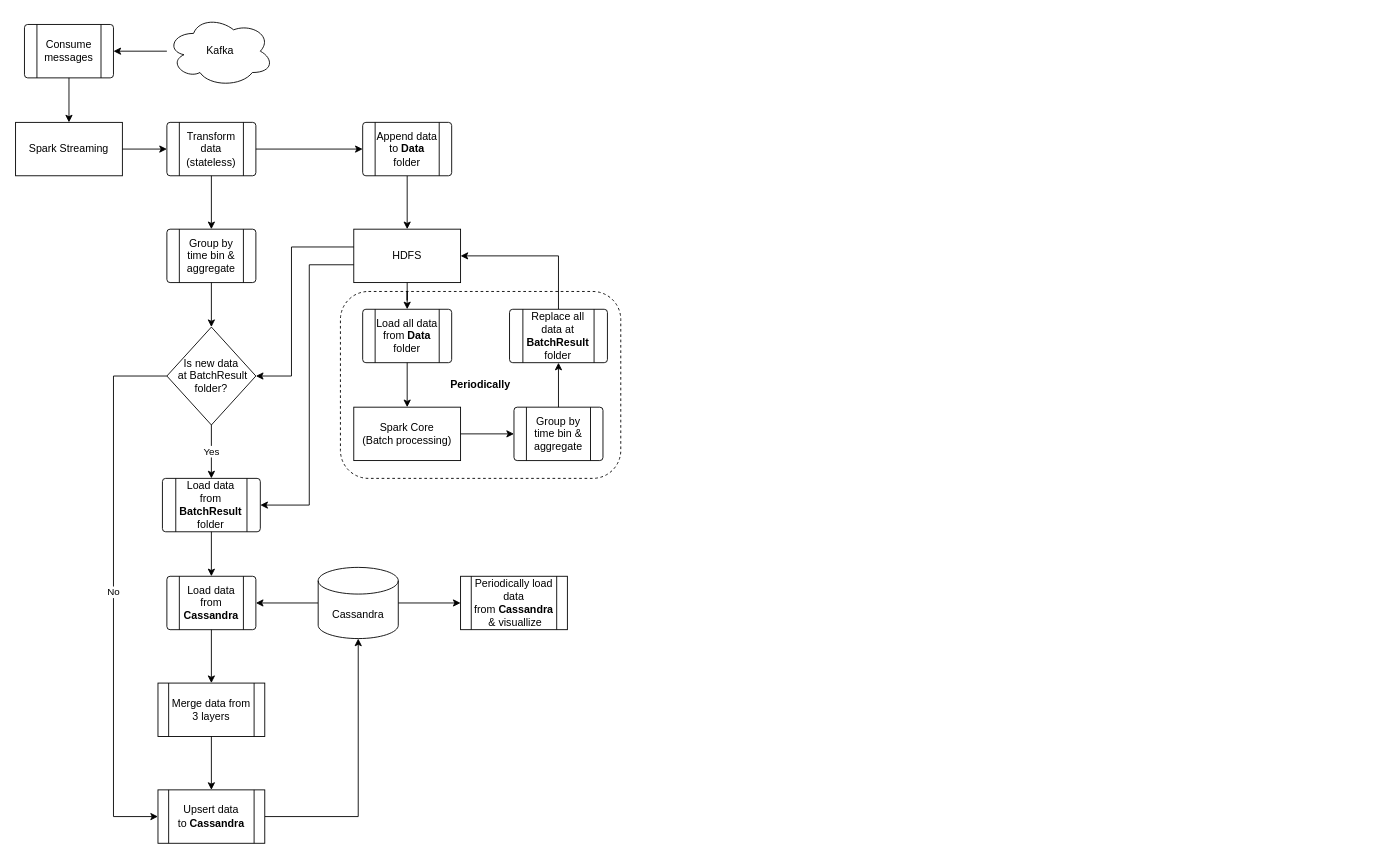
lhvubtqn/optimised-lambda-architecture keeps this draw.io diagram as docs/flowchart.drawio. Above is the earlier version. Source tidied: cells renumbered, new cells numbered last; positions are measured from the earlier drawing's top-left corner, leaving out a move shared by most shapes. Both pictures are drawn from the tidied source at 89%, with x=0, y=0 at pixel (15, 15). Pictures stored in the file or linked from it are replaced by grey dashed boxes.
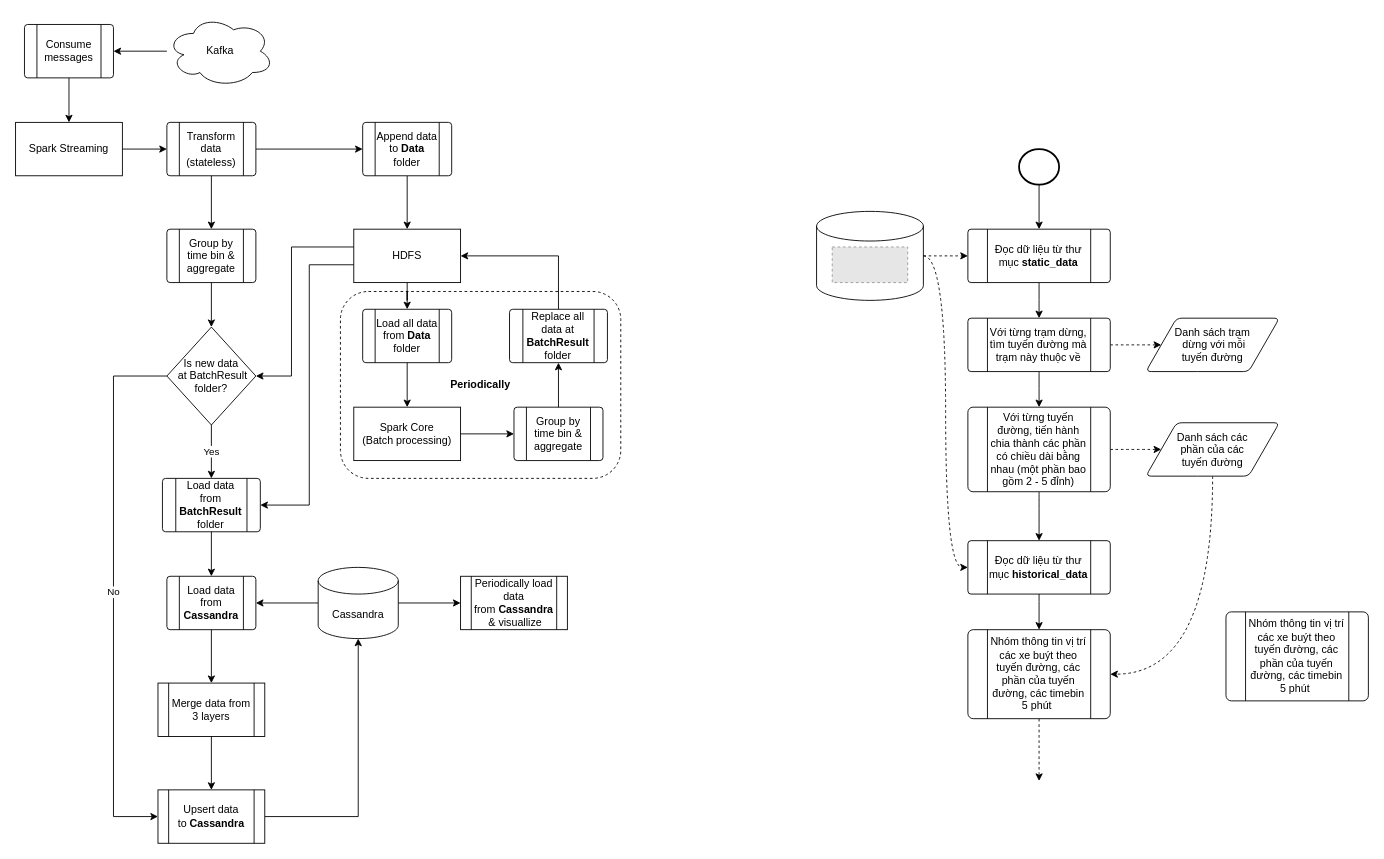
The same diagram, later.

What changed in the source:
```diff
@@
+    <mxCell id="44" style="edgeStyle=orthogonalEdgeStyle;curved=1;rounded=0;jettySize=auto;html=1;entryX=0.5;entryY=0;entryDx=0;entryDy=0;" parent="1" edge="1" source="45" target="57">
+      <mxGeometry relative="1" as="geometry" />
+    </mxCell>
+    <mxCell id="45" value="Đọc dữ liệu từ thư mục&amp;nbsp;&lt;b&gt;static_data&lt;/b&gt;" style="verticalLabelPosition=middle;verticalAlign=middle;html=1;shape=process;whiteSpace=wrap;rounded=1;size=0.14;arcSize=6;strokeWidth=1;labelPosition=center;align=center;" parent="1" vertex="1">
+      <mxGeometry x="1070" y="240" width="160" height="60" as="geometry" />
+    </mxCell>
+    <mxCell id="46" style="group;" parent="1" vertex="1">
+      <mxGeometry x="900" y="220" width="120" height="100" as="geometry" />
+    </mxCell>
+    <mxCell id="47" style="strokeWidth=1;html=1;shape=mxgraph.flowchart.database;whiteSpace=wrap;" parent="46" vertex="1">
+      <mxGeometry width="120" height="100" as="geometry" />
+    </mxCell>
+    <mxCell id="48" style="fillColor=#E6E6E6;strokeColor=#999999;dashed=1;verticalLabelPosition=bottom;labelBackgroundColor=#ffffff;verticalAlign=top;" parent="46" vertex="1">
+      <mxGeometry x="17.6" y="40" width="84.8" height="40" as="geometry" />
+    </mxCell>
+    <mxCell id="49" style="edgeStyle=orthogonalEdgeStyle;rounded=0;jettySize=auto;html=1;entryX=0;entryY=0.5;entryDx=0;entryDy=0;dashed=1;curved=1;" parent="1" edge="1" source="47" target="45">
+      <mxGeometry relative="1" as="geometry" />
+    </mxCell>
+    <mxCell id="50" style="edgeStyle=orthogonalEdgeStyle;rounded=0;jettySize=auto;html=1;" parent="1" edge="1" source="51" target="45">
+      <mxGeometry relative="1" as="geometry" />
+    </mxCell>
+    <mxCell id="51" style="strokeWidth=2;html=1;shape=mxgraph.flowchart.start_2;whiteSpace=wrap;" parent="1" vertex="1">
+      <mxGeometry x="1127.5" y="150" width="45" height="40" as="geometry" />
+    </mxCell>
+    <mxCell id="52" style="edgeStyle=orthogonalEdgeStyle;curved=1;rounded=0;jettySize=auto;html=1;entryX=0.5;entryY=0;entryDx=0;entryDy=0;" parent="1" edge="1" source="53" target="60">
+      <mxGeometry relative="1" as="geometry" />
+    </mxCell>
+    <mxCell id="53" value="Đọc dữ liệu từ thư mục &lt;b&gt;historical_data&lt;/b&gt;" style="verticalLabelPosition=middle;verticalAlign=middle;html=1;shape=process;whiteSpace=wrap;rounded=1;size=0.14;arcSize=6;strokeWidth=1;labelPosition=center;align=center;" parent="1" vertex="1">
+      <mxGeometry x="1070" y="590" width="160" height="60" as="geometry" />
+    </mxCell>
+    <mxCell id="54" style="edgeStyle=orthogonalEdgeStyle;rounded=0;jettySize=auto;html=1;entryX=0;entryY=0.5;entryDx=0;entryDy=0;dashed=1;curved=1;" parent="1" edge="1" source="47" target="53">
+      <mxGeometry relative="1" as="geometry" />
+    </mxCell>
+    <mxCell id="55" style="edgeStyle=orthogonalEdgeStyle;curved=1;rounded=0;jettySize=auto;html=1;dashed=1;" parent="1" edge="1" source="57" target="58">
+      <mxGeometry relative="1" as="geometry" />
+    </mxCell>
+    <mxCell id="56" style="edgeStyle=orthogonalEdgeStyle;curved=1;rounded=0;jettySize=auto;html=1;entryX=0.5;entryY=0;entryDx=0;entryDy=0;" parent="1" edge="1" source="57" target="63">
+      <mxGeometry relative="1" as="geometry" />
+    </mxCell>
+    <mxCell id="57" value="Với từng trạm dừng, tìm tuyến đường mà trạm này thuộc về" style="verticalLabelPosition=middle;verticalAlign=middle;html=1;shape=process;whiteSpace=wrap;rounded=1;size=0.14;arcSize=6;strokeWidth=1;labelPosition=center;align=center;" parent="1" vertex="1">
+      <mxGeometry x="1070" y="340" width="160" height="60" as="geometry" />
+    </mxCell>
+    <mxCell id="58" value="Danh sách trạm&lt;br&gt;&amp;nbsp;dừng với&amp;nbsp;mỗi&lt;br&gt;tuyến&amp;nbsp;đường" style="shape=parallelogram;html=1;strokeWidth=1;perimeter=parallelogramPerimeter;whiteSpace=wrap;rounded=1;arcSize=12;size=0.23;horizontal=1;" parent="1" vertex="1">
+      <mxGeometry x="1270" y="340" width="150" height="60" as="geometry" />
+    </mxCell>
+    <mxCell id="59" style="edgeStyle=orthogonalEdgeStyle;curved=1;rounded=0;jettySize=auto;html=1;dashed=1;" parent="1" edge="1" source="60">
+      <mxGeometry relative="1" as="geometry">
+        <mxPoint x="1150" y="860" as="targetPoint" />
+      </mxGeometry>
+    </mxCell>
+    <mxCell id="60" value="Nhóm thông tin vị trí các xe buýt theo tuyến đường, các phần của tuyến đường, các timebin 5 phút&amp;nbsp;" style="verticalLabelPosition=middle;verticalAlign=middle;html=1;shape=process;whiteSpace=wrap;rounded=1;size=0.14;arcSize=6;strokeWidth=1;labelPosition=center;align=center;" parent="1" vertex="1">
+      <mxGeometry x="1070" y="690" width="160" height="100" as="geometry" />
+    </mxCell>
+    <mxCell id="61" style="edgeStyle=orthogonalEdgeStyle;curved=1;rounded=0;jettySize=auto;html=1;entryX=0.5;entryY=0;entryDx=0;entryDy=0;" parent="1" edge="1" source="63" target="53">
+      <mxGeometry relative="1" as="geometry" />
+    </mxCell>
+    <mxCell id="62" style="edgeStyle=orthogonalEdgeStyle;curved=1;rounded=0;jettySize=auto;html=1;entryX=0;entryY=0.5;entryDx=0;entryDy=0;dashed=1;" parent="1" edge="1" source="63" target="65">
+      <mxGeometry relative="1" as="geometry" />
+    </mxCell>
+    <mxCell id="63" value="Với từng tuyến đường, tiến hành chia thành các phần có chiều dài bằng nhau (một phần bao gồm 2 - 5 đỉnh)" style="verticalLabelPosition=middle;verticalAlign=middle;html=1;shape=process;whiteSpace=wrap;rounded=1;size=0.14;arcSize=6;strokeWidth=1;labelPosition=center;align=center;" parent="1" vertex="1">
+      <mxGeometry x="1070" y="440" width="160" height="95" as="geometry" />
+    </mxCell>
+    <mxCell id="64" style="edgeStyle=orthogonalEdgeStyle;curved=1;rounded=0;jettySize=auto;html=1;entryX=1;entryY=0.5;entryDx=0;entryDy=0;dashed=1;exitX=0.5;exitY=1;exitDx=0;exitDy=0;" parent="1" edge="1" source="65" target="60">
+      <mxGeometry relative="1" as="geometry">
+        <Array as="points">
+          <mxPoint x="1345" y="740" />
+        </Array>
+      </mxGeometry>
+    </mxCell>
+    <mxCell id="65" value="Danh sách các&lt;br&gt;phần của các&lt;br&gt;tuyến đường" style="shape=parallelogram;html=1;strokeWidth=1;perimeter=parallelogramPerimeter;whiteSpace=wrap;rounded=1;arcSize=12;size=0.23;horizontal=1;" parent="1" vertex="1">
+      <mxGeometry x="1270" y="457.5" width="150" height="60" as="geometry" />
+    </mxCell>
+    <mxCell id="66" value="Nhóm thông tin vị trí các xe buýt theo tuyến đường, các phần của tuyến đường, các timebin 5 phút&amp;nbsp;" style="verticalLabelPosition=middle;verticalAlign=middle;html=1;shape=process;whiteSpace=wrap;rounded=1;size=0.14;arcSize=6;strokeWidth=1;labelPosition=center;align=center;" parent="1" vertex="1">
+      <mxGeometry x="1360" y="670" width="160" height="100" as="geometry" />
+    </mxCell>
```
